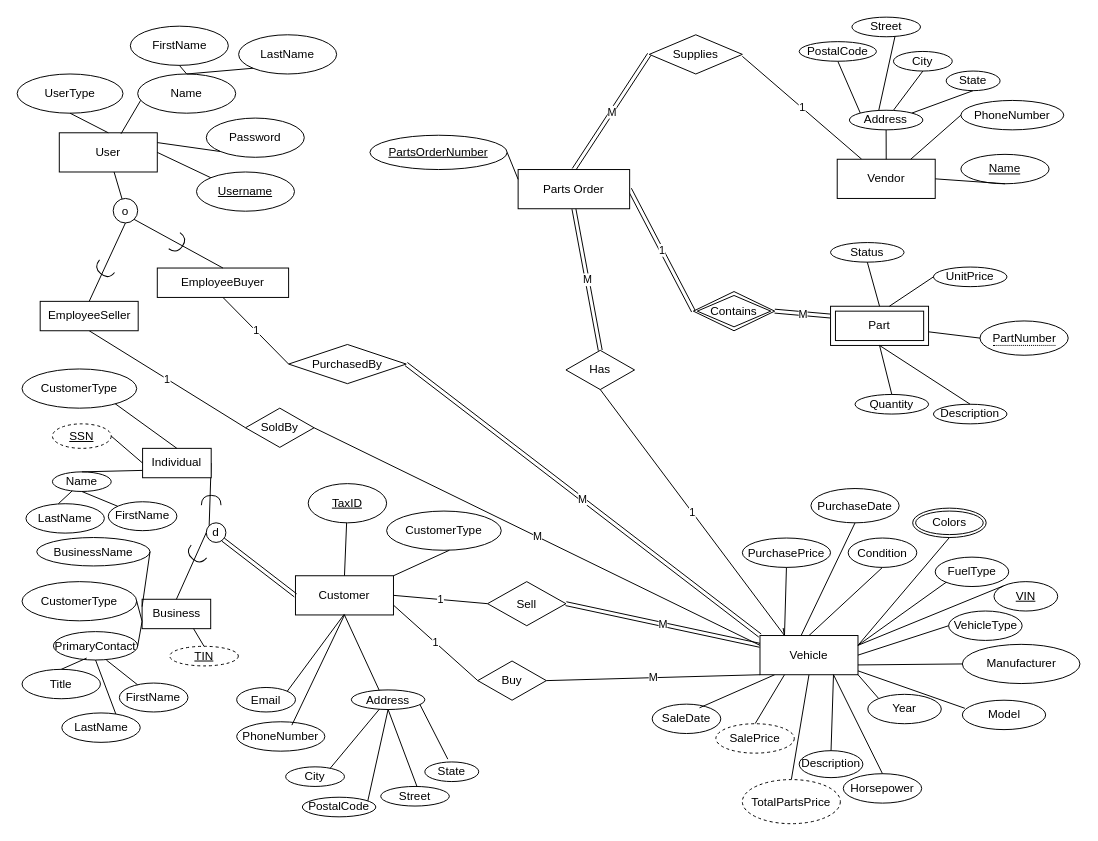
Earlier version of the draw.io diagram Phase_2/team006_p2_eer.drawio (rkang427/autodb). Source tidied: cells renumbered, new cells numbered last; positions are measured from the earlier drawing's top-left corner, leaving out a move shared by most shapes. Both pictures are drawn from the tidied source at 98%, with x=0, y=0 at pixel (17, 17).
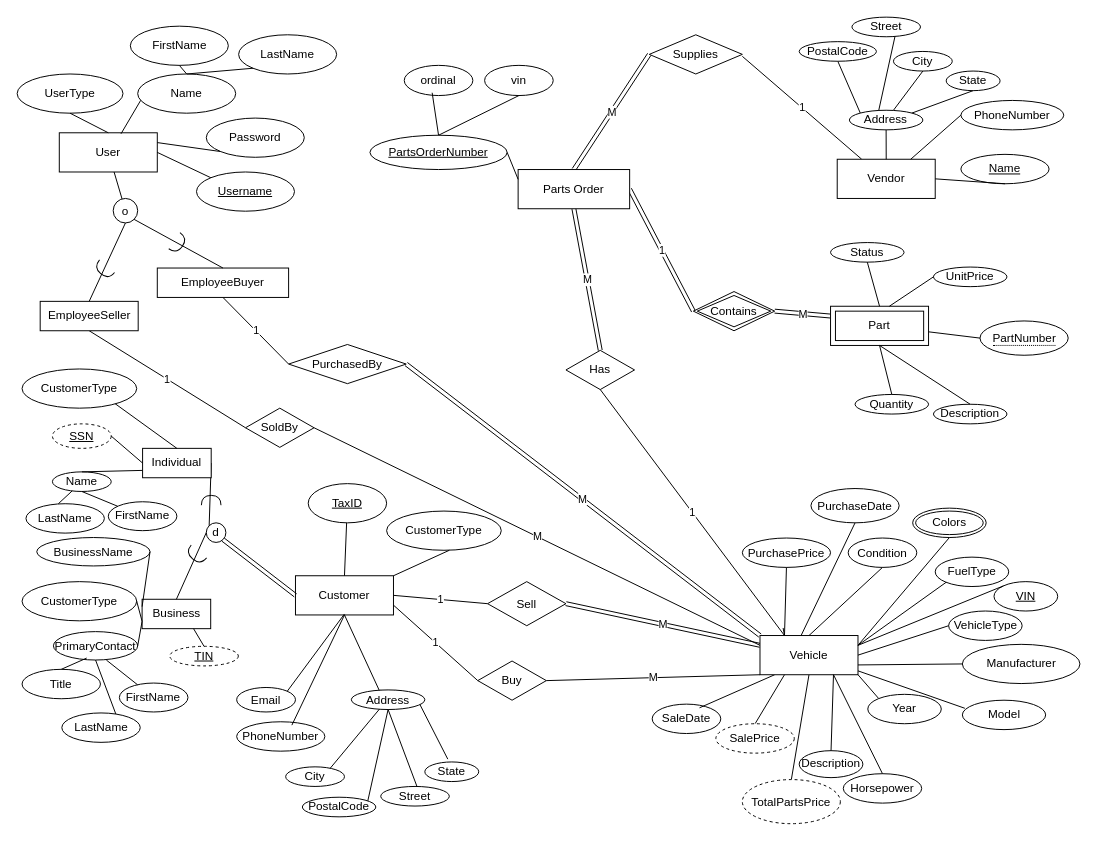
After the change.

Unchanged cells that the change refers to:
```xml
<mxCell id="151" value="&lt;u&gt;PartsOrderNumber&lt;/u&gt;" style="ellipse;whiteSpace=wrap;html=1;align=center;" parent="1" vertex="1">
  <mxGeometry x="360" y="120.5" width="140" height="35" as="geometry" />
</mxCell>
```

Diff of the diagram source:
```diff
@@
+    <mxCell id="161" value="vin" style="ellipse;whiteSpace=wrap;html=1;align=center;" parent="1" vertex="1">
+      <mxGeometry x="477" y="49.2" width="70" height="30.8" as="geometry" />
+    </mxCell>
+    <mxCell id="162" style="endArrow=none;html=1;rounded=0;exitX=0.5;exitY=1;exitDx=0;exitDy=0;entryX=0.5;entryY=0;entryDx=0;entryDy=0;" parent="1" edge="1" source="161" target="151">
+      <mxGeometry relative="1" as="geometry" />
+    </mxCell>
+    <mxCell id="163" value="ordinal" style="ellipse;whiteSpace=wrap;html=1;align=center;" parent="1" vertex="1">
+      <mxGeometry x="395" y="49.2" width="70" height="30.8" as="geometry" />
+    </mxCell>
+    <mxCell id="164" style="endArrow=none;html=1;rounded=0;exitX=0.407;exitY=0.907;exitDx=0;exitDy=0;exitPerimeter=0;entryX=0.5;entryY=0;entryDx=0;entryDy=0;" parent="1" edge="1" source="163" target="151">
+      <mxGeometry relative="1" as="geometry" />
+    </mxCell>
```
